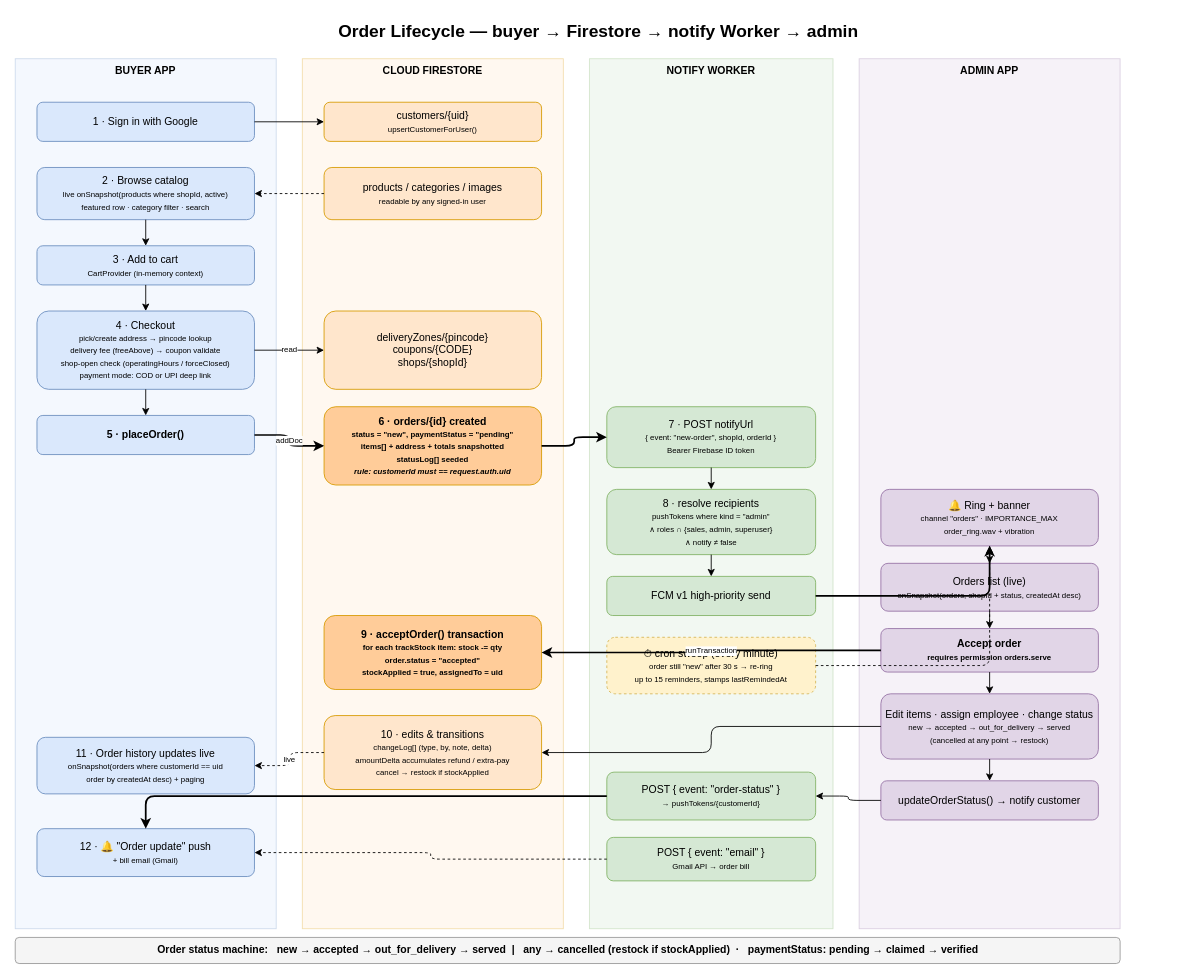
Earlier version of the draw.io diagram page "2 · Order Lifecycle" (2 of 6) of docs/architecture.drawio (muhilkennedy19/Ecommerce-App). Source tidied: cells renumbered, new cells numbered last; positions are measured from the earlier drawing's top-left corner, leaving out a move shared by most shapes. Both pictures are drawn from the tidied source at 87%, with x=0, y=0 at pixel (15, 15).
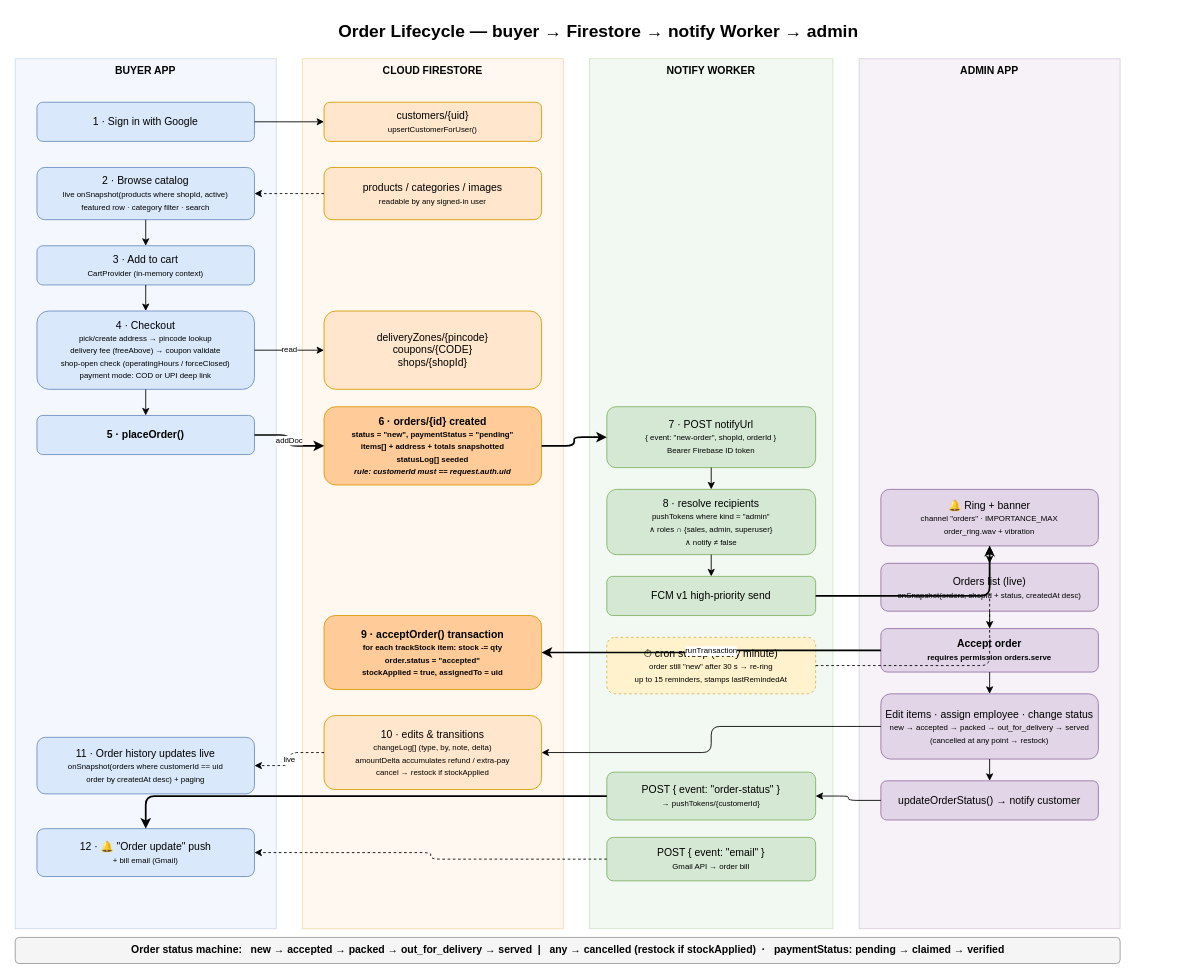
After the change.

Change to the diagram source:
```diff
@@
-    <mxCell id="29" value="Edit items · assign employee · change status&lt;br/&gt;&lt;font style=&quot;font-size:9px&quot;&gt;new → accepted → out_for_delivery → served&lt;br/&gt;(cancelled at any point → restock)&lt;/font&gt;" style="rounded=1;whiteSpace=wrap;html=1;fillColor=#e1d5e7;strokeColor=#9673a6;" parent="1" vertex="1">
+    <mxCell id="29" value="Edit items · assign employee · change status&lt;br/&gt;&lt;font style=&quot;font-size:9px&quot;&gt;new → accepted → packed → out_for_delivery → served&lt;br/&gt;(cancelled at any point → restock)&lt;/font&gt;" style="rounded=1;whiteSpace=wrap;html=1;fillColor=#e1d5e7;strokeColor=#9673a6;" parent="1" vertex="1">
       <mxGeometry x="995" y="780" width="250" height="75" as="geometry" />
     </mxCell>
@@
-    <mxCell id="31" value="Order status machine:&amp;nbsp;&amp;nbsp; new → accepted → out_for_delivery → served&amp;nbsp;&amp;nbsp;|&amp;nbsp;&amp;nbsp; any → cancelled (restock if stockApplied)&amp;nbsp;&amp;nbsp;·&amp;nbsp;&amp;nbsp; paymentStatus: pending → claimed → verified" style="text;html=1;align=center;fontSize=12;fontStyle=1;fillColor=#f5f5f5;strokeColor=#999999;rounded=1;" parent="1" vertex="1">
+    <mxCell id="31" value="Order status machine:&amp;nbsp;&amp;nbsp; new → accepted → packed → out_for_delivery → served&amp;nbsp;&amp;nbsp;|&amp;nbsp;&amp;nbsp; any → cancelled (restock if stockApplied)&amp;nbsp;&amp;nbsp;·&amp;nbsp;&amp;nbsp; paymentStatus: pending → claimed → verified" style="text;html=1;align=center;fontSize=12;fontStyle=1;fillColor=#f5f5f5;strokeColor=#999999;rounded=1;" parent="1" vertex="1">
       <mxGeometry y="1060" width="1270" height="30" as="geometry" />
     </mxCell>
```
